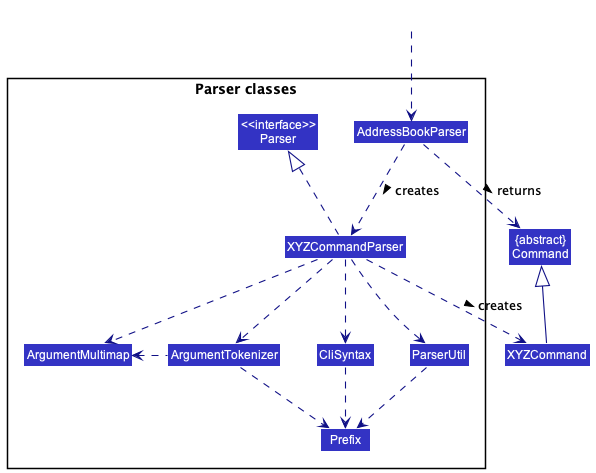
Earlier version of the PlantUML export docs/images/ParserClasses.png (nus-cs2103-AY2223S2/tp).
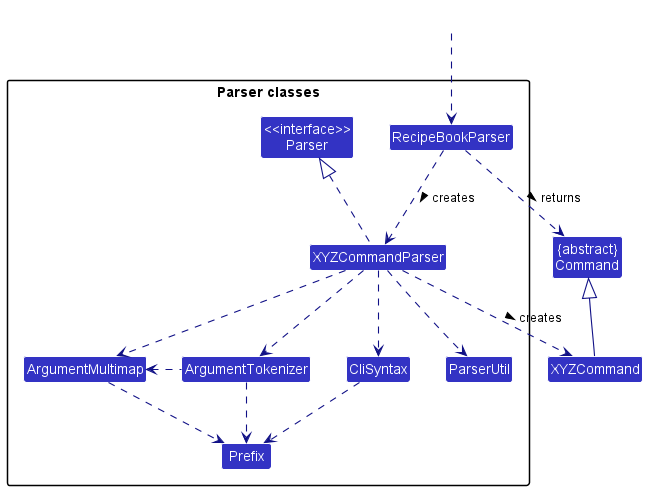
The same diagram one commit later.

What changed in the source:
```diff
@@ -9,7 +9,7 @@
 
 package "Parser classes"{
 Class "<<interface>>\nParser" as Parser
-Class AddressBookParser
+Class RecipeBookParser
 Class XYZCommandParser
 Class CliSyntax
 Class ParserUtil
@@ -19,12 +19,12 @@
 }
 
 Class HiddenOutside #FFFFFF
-HiddenOutside ..> AddressBookParser
+HiddenOutside ..> RecipeBookParser
 
-AddressBookParser .down.> XYZCommandParser: creates >
+RecipeBookParser .down.> XYZCommandParser: creates >
 
 XYZCommandParser ..> XYZCommand : creates >
-AddressBookParser ..> Command : returns >
+RecipeBookParser ..> Command : returns >
 XYZCommandParser .up.|> Parser
 XYZCommandParser ..> ArgumentMultimap
 XYZCommandParser ..> ArgumentTokenizer
@@ -32,7 +32,7 @@
 XYZCommandParser ..> CliSyntax
 CliSyntax ..> Prefix
 XYZCommandParser ..> ParserUtil
-ParserUtil .down.> Prefix
+ArgumentMultimap .down.> Prefix
 ArgumentTokenizer .down.> Prefix
 XYZCommand -up-|> Command
 @enduml
```
